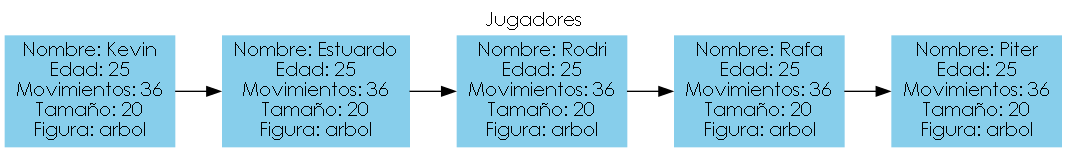
Above: Jugadores/reporte.png in KevinPalaciosQ/IPC2_Proyecto1_201902278 (Graphviz), before the change. Its source is kept beside it as Jugadores/reporte.dot.
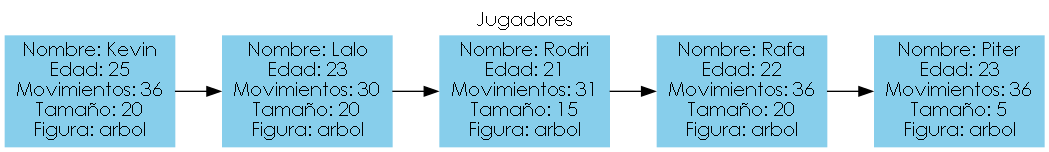
Later version of the same file.

What changed in the source:
```diff
@@ -6,11 +6,11 @@
  labelloc="t"; label="Jugadores";
 0[label="Nombre: Kevin\nEdad: 25\nMovimientos: 36\nTamaño: 20\nFigura: arbol"];
 0->1;
-1[label="Nombre: Estuardo\nEdad: 25\nMovimientos: 36\nTamaño: 20\nFigura: arbol"];
+1[label="Nombre: Lalo\nEdad: 23\nMovimientos: 30\nTamaño: 20\nFigura: arbol"];
 1->2;
-2[label="Nombre: Rodri\nEdad: 25\nMovimientos: 36\nTamaño: 20\nFigura: arbol"];
+2[label="Nombre: Rodri\nEdad: 21\nMovimientos: 31\nTamaño: 15\nFigura: arbol"];
 2->3;
-3[label="Nombre: Rafa\nEdad: 25\nMovimientos: 36\nTamaño: 20\nFigura: arbol"];
+3[label="Nombre: Rafa\nEdad: 22\nMovimientos: 36\nTamaño: 20\nFigura: arbol"];
 3->4;
-4[label="Nombre: Piter\nEdad: 25\nMovimientos: 36\nTamaño: 20\nFigura: arbol"];
+4[label="Nombre: Piter\nEdad: 23\nMovimientos: 36\nTamaño: 5\nFigura: arbol"];
 }
```
